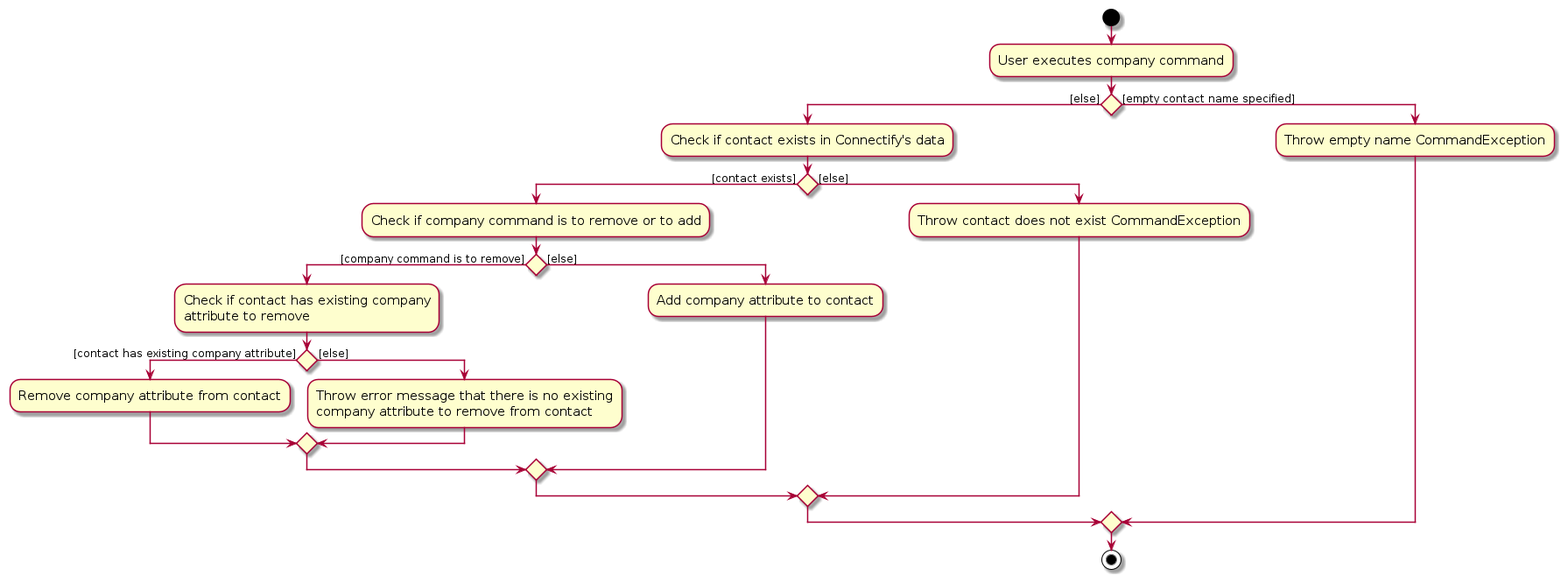
Above: diagrams/CompanyCommandActivityDiagram.png in AY2324S2-CS2103T-F14-4/tp (PlantUML), before the change. Its source is kept beside it as diagrams/CompanyCommandActivityDiagram.puml. Source of this version:
```plantuml
@startuml
skin rose
skinparam ActivityFontSize 15
skinparam ArrowFontSize 12
start
:User executes company command;


if () then ([else])
    :Check if contact exists in Connectify's data;
        if () then ([contact exists])
            :Check if company command is to remove or to add;
                if () then ([company command is to remove])
                    :Check if contact has existing company
                    attribute to remove;
                        if () then ([contact has existing company attribute])
                            :Remove company attribute from contact;
                        else ([else])
                            :Throw error message that there is no existing
                            company attribute to remove from contact;
                        endif
                else ([else])
                    :Add company attribute to contact;
                endif
        else ([else])
            :Throw contact does not exist CommandException;
        endif
else ([empty contact name specified])
    :Throw empty name CommandException;
endif
stop
@enduml
```
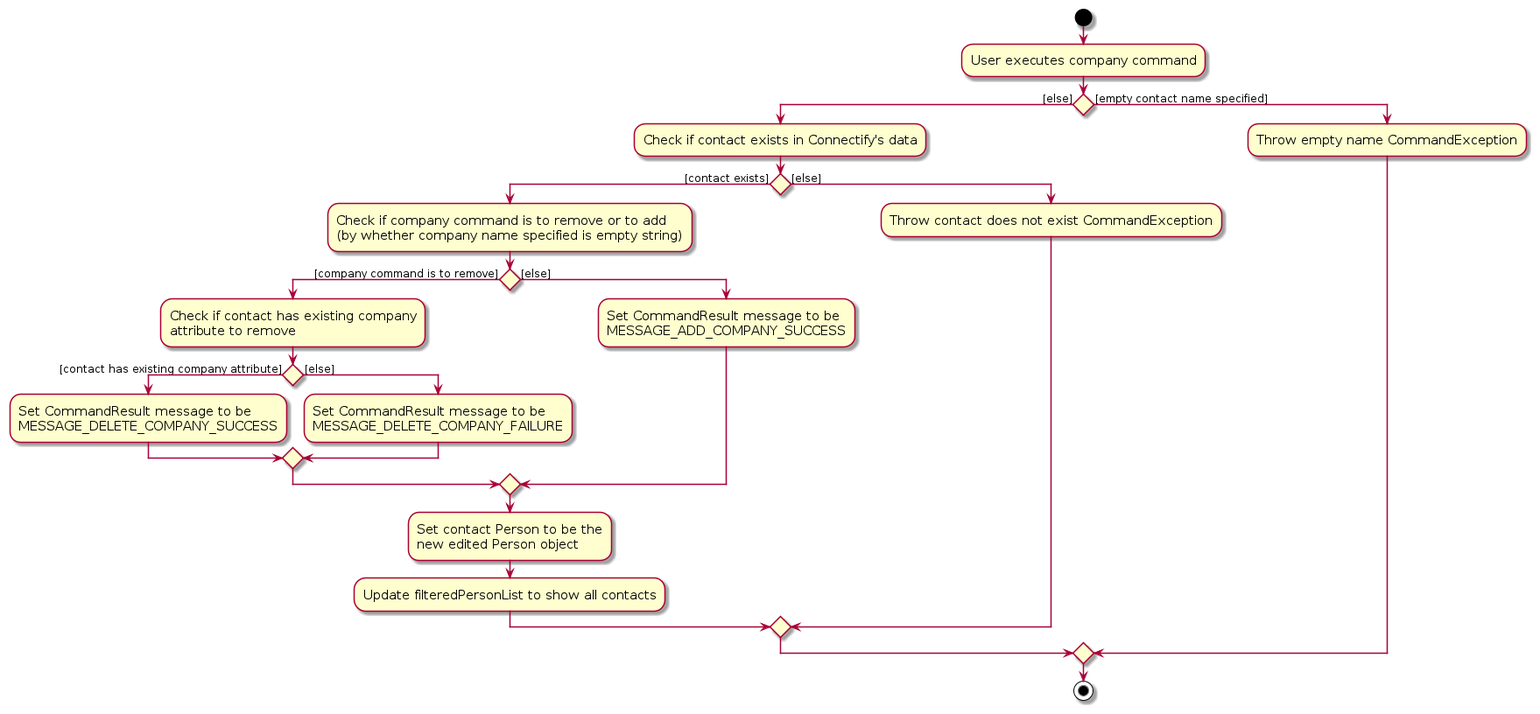
Above is the later version.

Change to the diagram source:
```diff
@@ -9,19 +9,25 @@
 if () then ([else])
     :Check if contact exists in Connectify's data;
         if () then ([contact exists])
-            :Check if company command is to remove or to add;
+            :Check if company command is to remove or to add
+            (by whether company name specified is empty string);
                 if () then ([company command is to remove])
                     :Check if contact has existing company
                     attribute to remove;
                         if () then ([contact has existing company attribute])
-                            :Remove company attribute from contact;
+                            :Set CommandResult message to be
+                            MESSAGE_DELETE_COMPANY_SUCCESS;
                         else ([else])
-                            :Throw error message that there is no existing
-                            company attribute to remove from contact;
+                            :Set CommandResult message to be
+                            MESSAGE_DELETE_COMPANY_FAILURE;
                         endif
                 else ([else])
-                    :Add company attribute to contact;
+                    :Set CommandResult message to be
+                    MESSAGE_ADD_COMPANY_SUCCESS;
                 endif
+                :Set contact Person to be the
+                new edited Person object;
+                :Update filteredPersonList to show all contacts;
         else ([else])
             :Throw contact does not exist CommandException;
         endif
```
